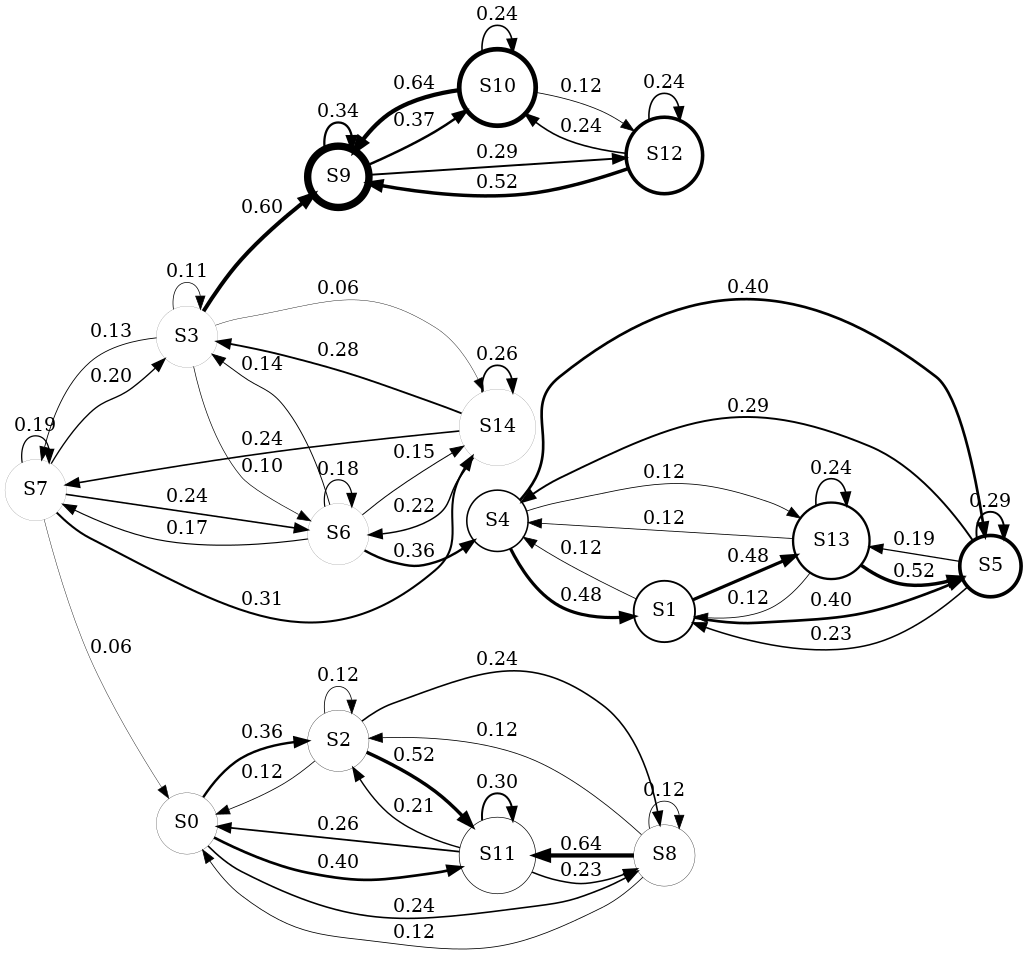
Before: chain.png, a diagram exported from Graphviz (MrAlexandrov/homework_second). Its source is kept beside it as chain.dot.
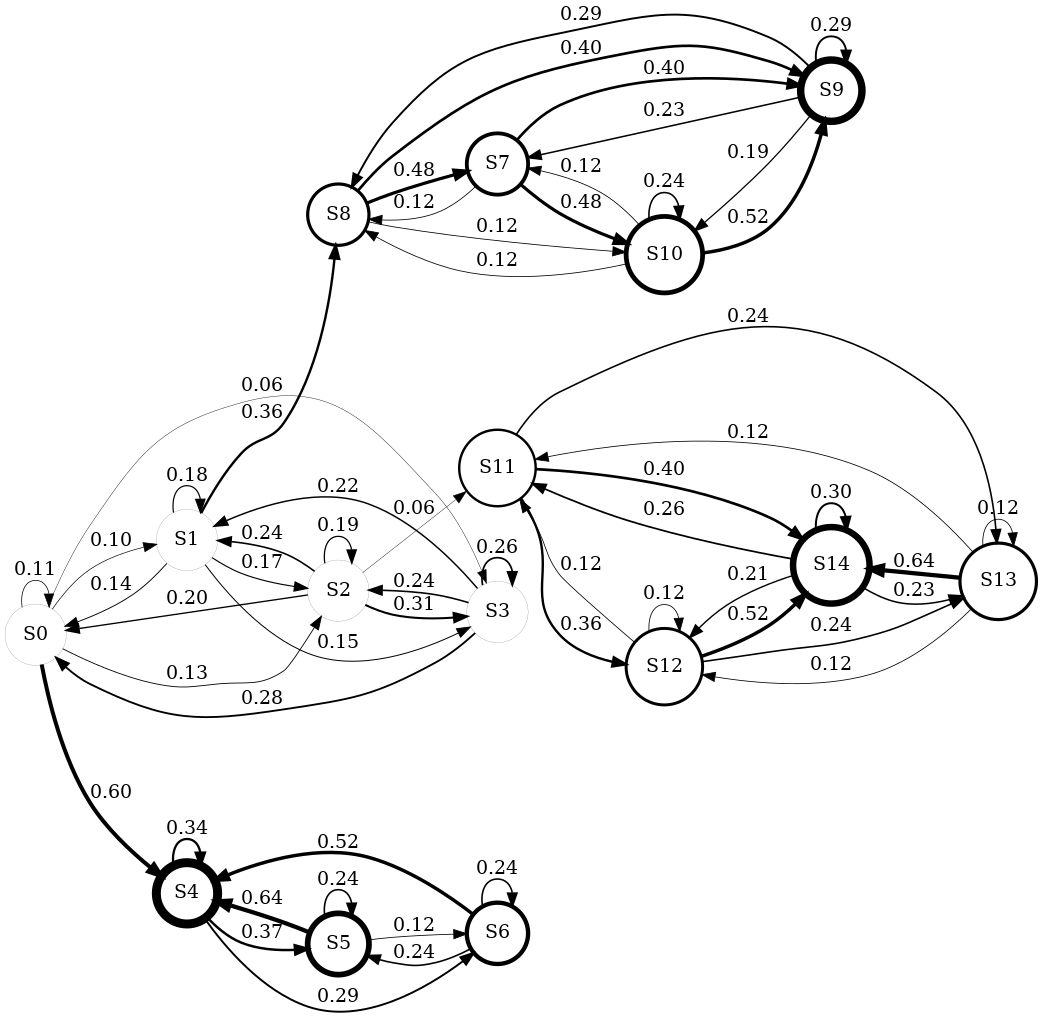
After the commit.

The edit, as a diff of the source:
```diff
@@ -1,76 +1,76 @@
 digraph MarkovChain {
     rankdir=LR;
     node [shape=circle];
-    S0[label="S0", penwidth=0.189446];
-    S1[label="S1", penwidth=1.4012];
-    S2[label="S2", penwidth=0.232288];
+    S0[label="S0", penwidth=0.1];
+    S1[label="S1", penwidth=0.1];
+    S2[label="S2", penwidth=0.1];
     S3[label="S3", penwidth=0.1];
-    S4[label="S4", penwidth=1.17117];
-    S5[label="S5", penwidth=2.73326];
-    S6[label="S6", penwidth=0.1];
-    S7[label="S7", penwidth=0.1];
-    S8[label="S8", penwidth=0.247573];
-    S9[label="S9", penwidth=5.54489];
-    S10[label="S10", penwidth=3.54437];
-    S11[label="S11", penwidth=0.507164];
-    S12[label="S12", penwidth=2.67545];
-    S13[label="S13", penwidth=1.7532];
-    S14[label="S14", penwidth=0.1];
-    S0 -> S2 [label="0.36", penwidth=1.80];
-    S0 -> S8 [label="0.24", penwidth=1.20];
-    S0 -> S11 [label="0.40", penwidth=2.00];
-    S1 -> S4 [label="0.12", penwidth=0.60];
-    S1 -> S5 [label="0.40", penwidth=2.00];
-    S1 -> S13 [label="0.48", penwidth=2.40];
-    S2 -> S0 [label="0.12", penwidth=0.60];
-    S2 -> S2 [label="0.12", penwidth=0.60];
-    S2 -> S8 [label="0.24", penwidth=1.20];
-    S2 -> S11 [label="0.52", penwidth=2.60];
-    S3 -> S3 [label="0.11", penwidth=0.55];
-    S3 -> S6 [label="0.10", penwidth=0.50];
-    S3 -> S7 [label="0.13", penwidth=0.65];
-    S3 -> S9 [label="0.60", penwidth=3.00];
-    S3 -> S14 [label="0.06", penwidth=0.30];
-    S4 -> S1 [label="0.48", penwidth=2.40];
-    S4 -> S5 [label="0.40", penwidth=2.00];
-    S4 -> S13 [label="0.12", penwidth=0.60];
-    S5 -> S1 [label="0.23", penwidth=1.15];
-    S5 -> S4 [label="0.29", penwidth=1.45];
-    S5 -> S5 [label="0.29", penwidth=1.45];
-    S5 -> S13 [label="0.19", penwidth=0.95];
-    S6 -> S3 [label="0.14", penwidth=0.70];
-    S6 -> S4 [label="0.36", penwidth=1.80];
-    S6 -> S6 [label="0.18", penwidth=0.90];
-    S6 -> S7 [label="0.17", penwidth=0.85];
-    S6 -> S14 [label="0.15", penwidth=0.75];
-    S7 -> S0 [label="0.06", penwidth=0.30];
-    S7 -> S3 [label="0.20", penwidth=1.00];
-    S7 -> S6 [label="0.24", penwidth=1.20];
-    S7 -> S7 [label="0.19", penwidth=0.95];
-    S7 -> S14 [label="0.31", penwidth=1.55];
-    S8 -> S0 [label="0.12", penwidth=0.60];
-    S8 -> S2 [label="0.12", penwidth=0.60];
-    S8 -> S8 [label="0.12", penwidth=0.60];
-    S8 -> S11 [label="0.64", penwidth=3.20];
-    S9 -> S9 [label="0.34", penwidth=1.70];
-    S9 -> S10 [label="0.37", penwidth=1.85];
-    S9 -> S12 [label="0.29", penwidth=1.45];
-    S10 -> S9 [label="0.64", penwidth=3.20];
+    S4[label="S4", penwidth=6.7278];
+    S5[label="S5", penwidth=4.3005];
+    S6[label="S6", penwidth=3.24621];
+    S7[label="S7", penwidth=2.86467];
+    S8[label="S8", penwidth=2.3944];
+    S9[label="S9", penwidth=5.58799];
+    S10[label="S10", penwidth=3.58432];
+    S11[label="S11", penwidth=1.81868];
+    S12[label="S12", penwidth=2.22997];
+    S13[label="S13", penwidth=2.3767];
+    S14[label="S14", penwidth=4.86877];
+    S0 -> S0 [label="0.11", penwidth=0.55];
+    S0 -> S1 [label="0.10", penwidth=0.50];
+    S0 -> S2 [label="0.13", penwidth=0.65];
+    S0 -> S3 [label="0.06", penwidth=0.30];
+    S0 -> S4 [label="0.60", penwidth=3.00];
+    S1 -> S0 [label="0.14", penwidth=0.70];
+    S1 -> S1 [label="0.18", penwidth=0.90];
+    S1 -> S2 [label="0.17", penwidth=0.85];
+    S1 -> S3 [label="0.15", penwidth=0.75];
+    S1 -> S8 [label="0.36", penwidth=1.80];
+    S2 -> S0 [label="0.20", penwidth=1.00];
+    S2 -> S1 [label="0.24", penwidth=1.20];
+    S2 -> S2 [label="0.19", penwidth=0.95];
+    S2 -> S3 [label="0.31", penwidth=1.55];
+    S2 -> S11 [label="0.06", penwidth=0.30];
+    S3 -> S0 [label="0.28", penwidth=1.40];
+    S3 -> S1 [label="0.22", penwidth=1.10];
+    S3 -> S2 [label="0.24", penwidth=1.20];
+    S3 -> S3 [label="0.26", penwidth=1.30];
+    S4 -> S4 [label="0.34", penwidth=1.70];
+    S4 -> S5 [label="0.37", penwidth=1.85];
+    S4 -> S6 [label="0.29", penwidth=1.45];
+    S5 -> S4 [label="0.64", penwidth=3.20];
+    S5 -> S5 [label="0.24", penwidth=1.20];
+    S5 -> S6 [label="0.12", penwidth=0.60];
+    S6 -> S4 [label="0.52", penwidth=2.60];
+    S6 -> S5 [label="0.24", penwidth=1.20];
+    S6 -> S6 [label="0.24", penwidth=1.20];
+    S7 -> S8 [label="0.12", penwidth=0.60];
+    S7 -> S9 [label="0.40", penwidth=2.00];
+    S7 -> S10 [label="0.48", penwidth=2.40];
+    S8 -> S7 [label="0.48", penwidth=2.40];
+    S8 -> S9 [label="0.40", penwidth=2.00];
+    S8 -> S10 [label="0.12", penwidth=0.60];
+    S9 -> S7 [label="0.23", penwidth=1.15];
+    S9 -> S8 [label="0.29", penwidth=1.45];
+    S9 -> S9 [label="0.29", penwidth=1.45];
+    S9 -> S10 [label="0.19", penwidth=0.95];
+    S10 -> S7 [label="0.12", penwidth=0.60];
+    S10 -> S8 [label="0.12", penwidth=0.60];
+    S10 -> S9 [label="0.52", penwidth=2.60];
     S10 -> S10 [label="0.24", penwidth=1.20];
-    S10 -> S12 [label="0.12", penwidth=0.60];
-    S11 -> S0 [label="0.26", penwidth=1.30];
-    S11 -> S2 [label="0.21", penwidth=1.05];
-    S11 -> S8 [label="0.23", penwidth=1.15];
-    S11 -> S11 [label="0.30", penwidth=1.50];
-    S12 -> S9 [label="0.52", penwidth=2.60];
-    S12 -> S10 [label="0.24", penwidth=1.20];
-    S12 -> S12 [label="0.24", penwidth=1.20];
-    S13 -> S1 [label="0.12", penwidth=0.60];
-    S13 -> S4 [label="0.12", penwidth=0.60];
-    S13 -> S5 [label="0.52", penwidth=2.60];
-    S13 -> S13 [label="0.24", penwidth=1.20];
-    S14 -> S3 [label="0.28", penwidth=1.40];
-    S14 -> S6 [label="0.22", penwidth=1.10];
-    S14 -> S7 [label="0.24", penwidth=1.20];
-    S14 -> S14 [label="0.26", penwidth=1.30];
+    S11 -> S12 [label="0.36", penwidth=1.80];
+    S11 -> S13 [label="0.24", penwidth=1.20];
+    S11 -> S14 [label="0.40", penwidth=2.00];
+    S12 -> S11 [label="0.12", penwidth=0.60];
+    S12 -> S12 [label="0.12", penwidth=0.60];
+    S12 -> S13 [label="0.24", penwidth=1.20];
+    S12 -> S14 [label="0.52", penwidth=2.60];
+    S13 -> S11 [label="0.12", penwidth=0.60];
+    S13 -> S12 [label="0.12", penwidth=0.60];
+    S13 -> S13 [label="0.12", penwidth=0.60];
+    S13 -> S14 [label="0.64", penwidth=3.20];
+    S14 -> S11 [label="0.26", penwidth=1.30];
+    S14 -> S12 [label="0.21", penwidth=1.05];
+    S14 -> S13 [label="0.23", penwidth=1.15];
+    S14 -> S14 [label="0.30", penwidth=1.50];
 }
```
